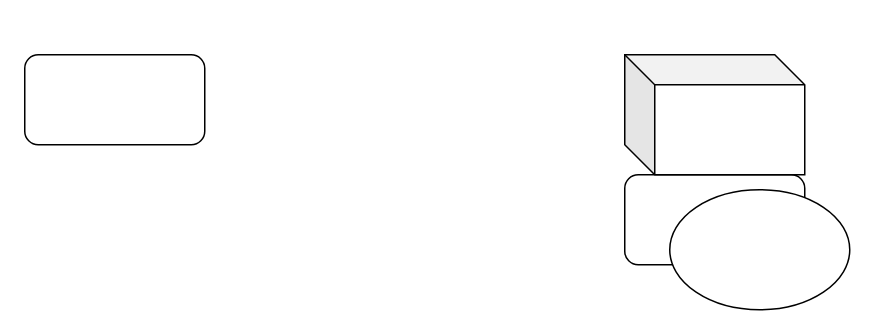
Above: 12345.drawio in Misseva1988/LL (draw.io), before the change. Source tidied: cells renumbered, new cells numbered last; positions are measured from the earlier drawing's top-left corner, leaving out a move shared by most shapes. Both pictures are drawn from the tidied source at 150%, with x=0, y=0 at pixel (24, 54).
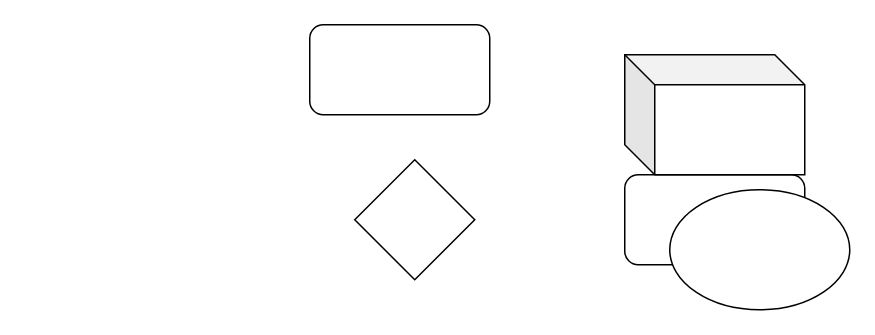
The same page after the edit.

What changed in the source:
```diff
@@
 <mxGraphModel>
   <root>
     <mxCell id="0" />
     <mxCell id="1" parent="0" />
     <mxCell id="2" style="rounded=1;whiteSpace=wrap;html=1;" parent="1" vertex="1">
       <mxGeometry x="400" y="80" width="120" height="60" as="geometry" />
     </mxCell>
     <mxCell id="3" style="ellipse;whiteSpace=wrap;html=1;" parent="1" vertex="1">
       <mxGeometry x="430" y="90" width="120" height="80" as="geometry" />
     </mxCell>
     <mxCell id="4" style="shape=cube;whiteSpace=wrap;html=1;boundedLbl=1;backgroundOutline=1;darkOpacity=0.05;darkOpacity2=0.1;" parent="1" vertex="1">
       <mxGeometry x="400" width="120" height="80" as="geometry" />
     </mxCell>
     <mxCell id="5" style="rounded=1;whiteSpace=wrap;html=1;" parent="1" vertex="1">
-      <mxGeometry width="120" height="60" as="geometry" />
+      <mxGeometry x="190" y="-20" width="120" height="60" as="geometry" />
     </mxCell>
+    <mxCell id="6" style="rhombus;whiteSpace=wrap;html=1;" parent="1" vertex="1">
+      <mxGeometry x="220" y="70" width="80" height="80" as="geometry" />
+    </mxCell>
   </root>
 </mxGraphModel>
```
